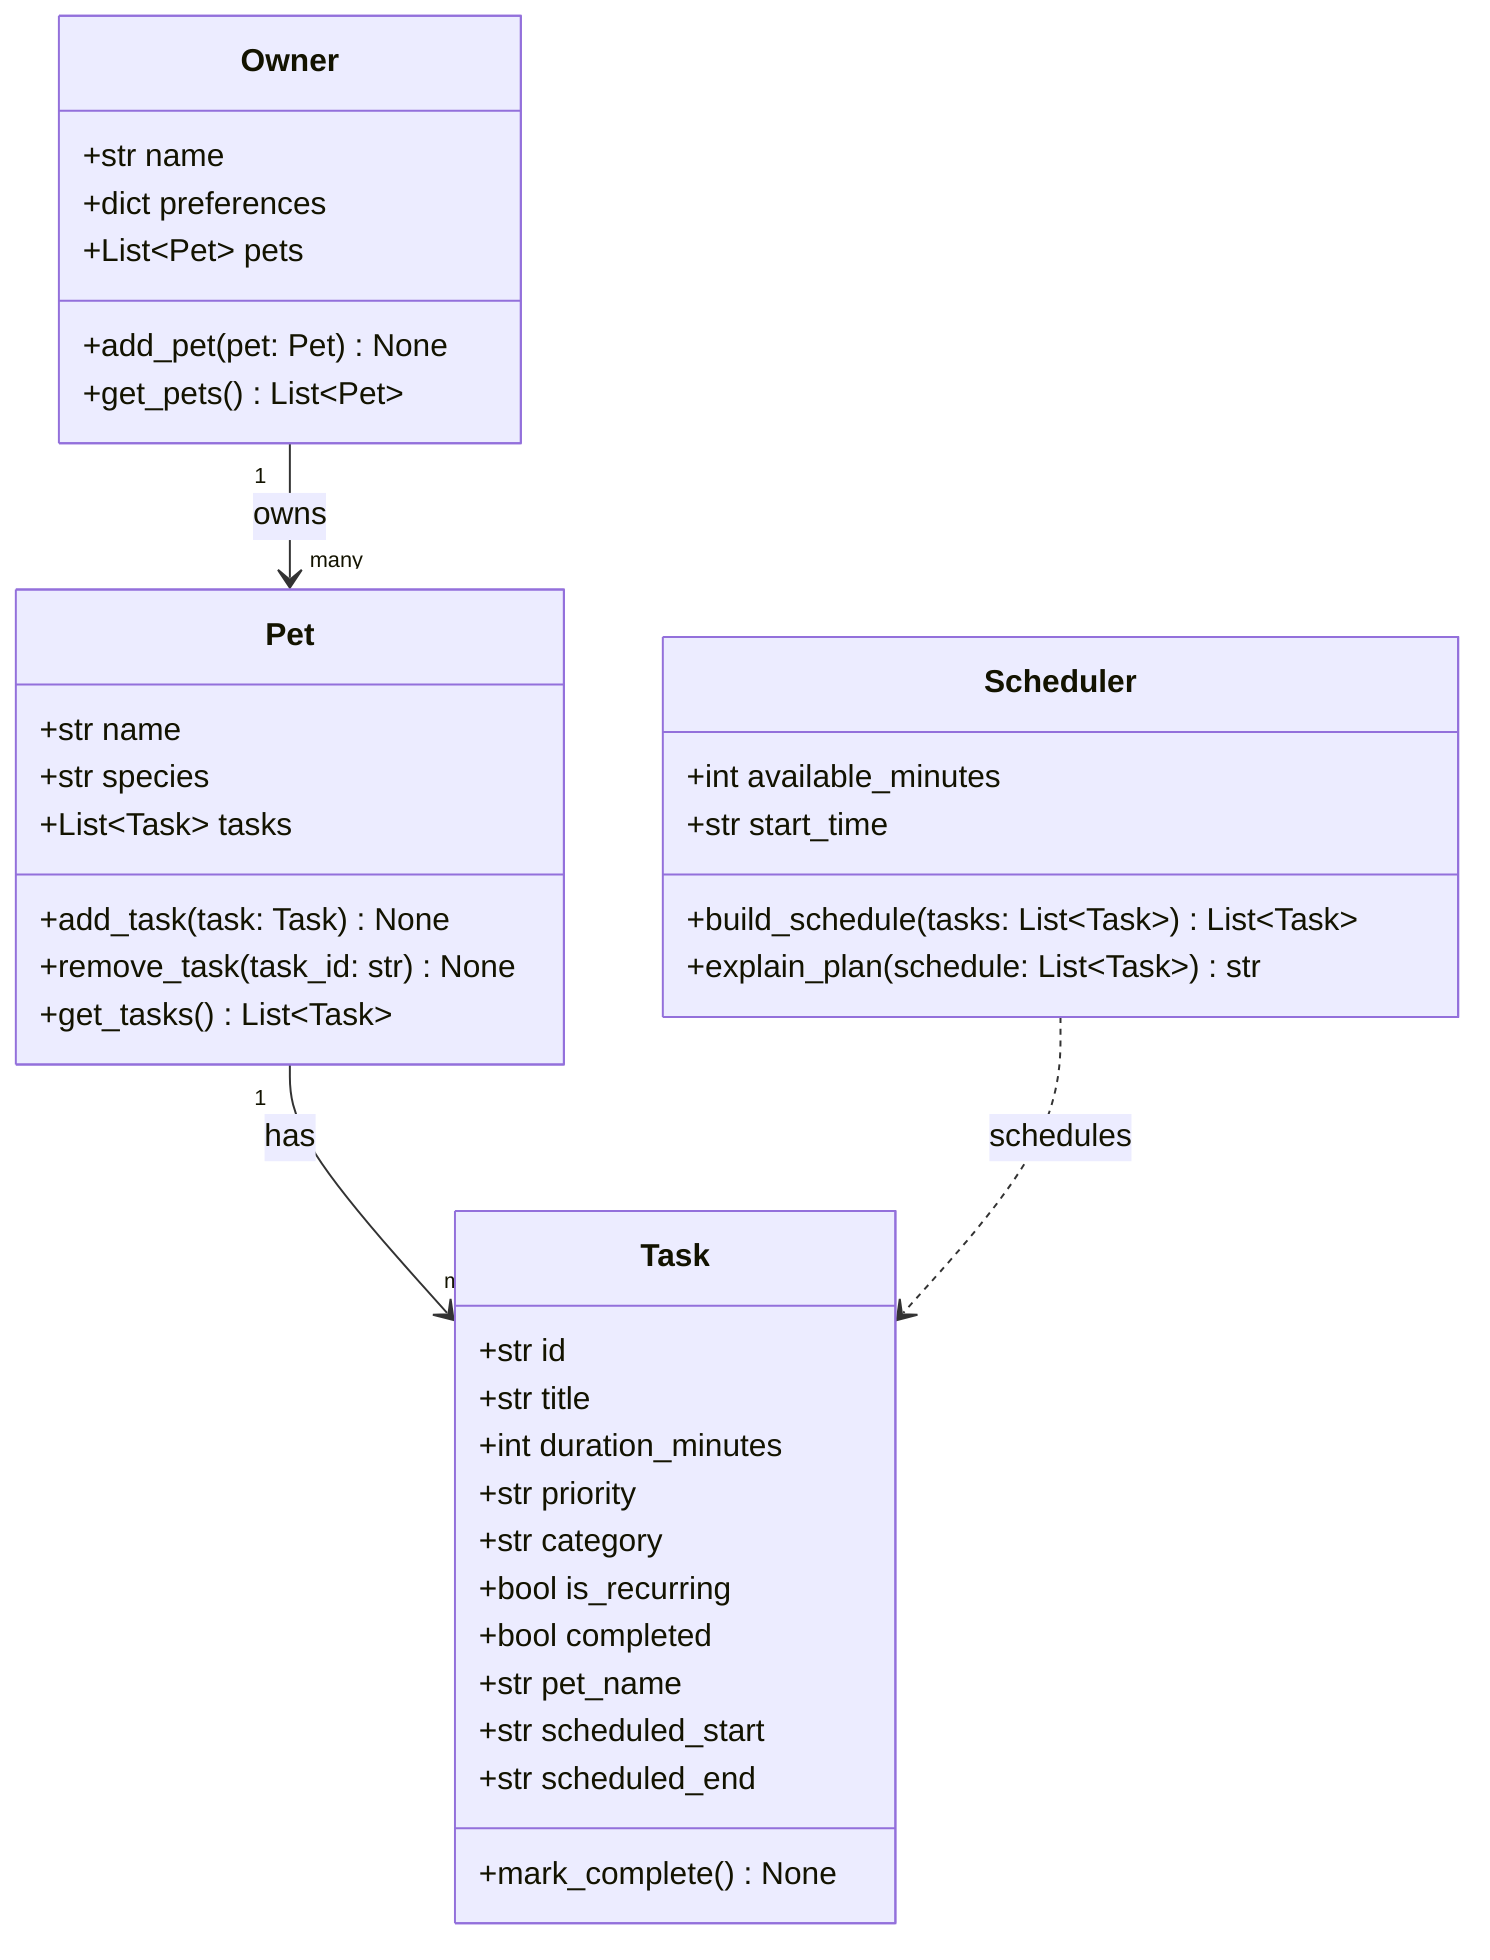
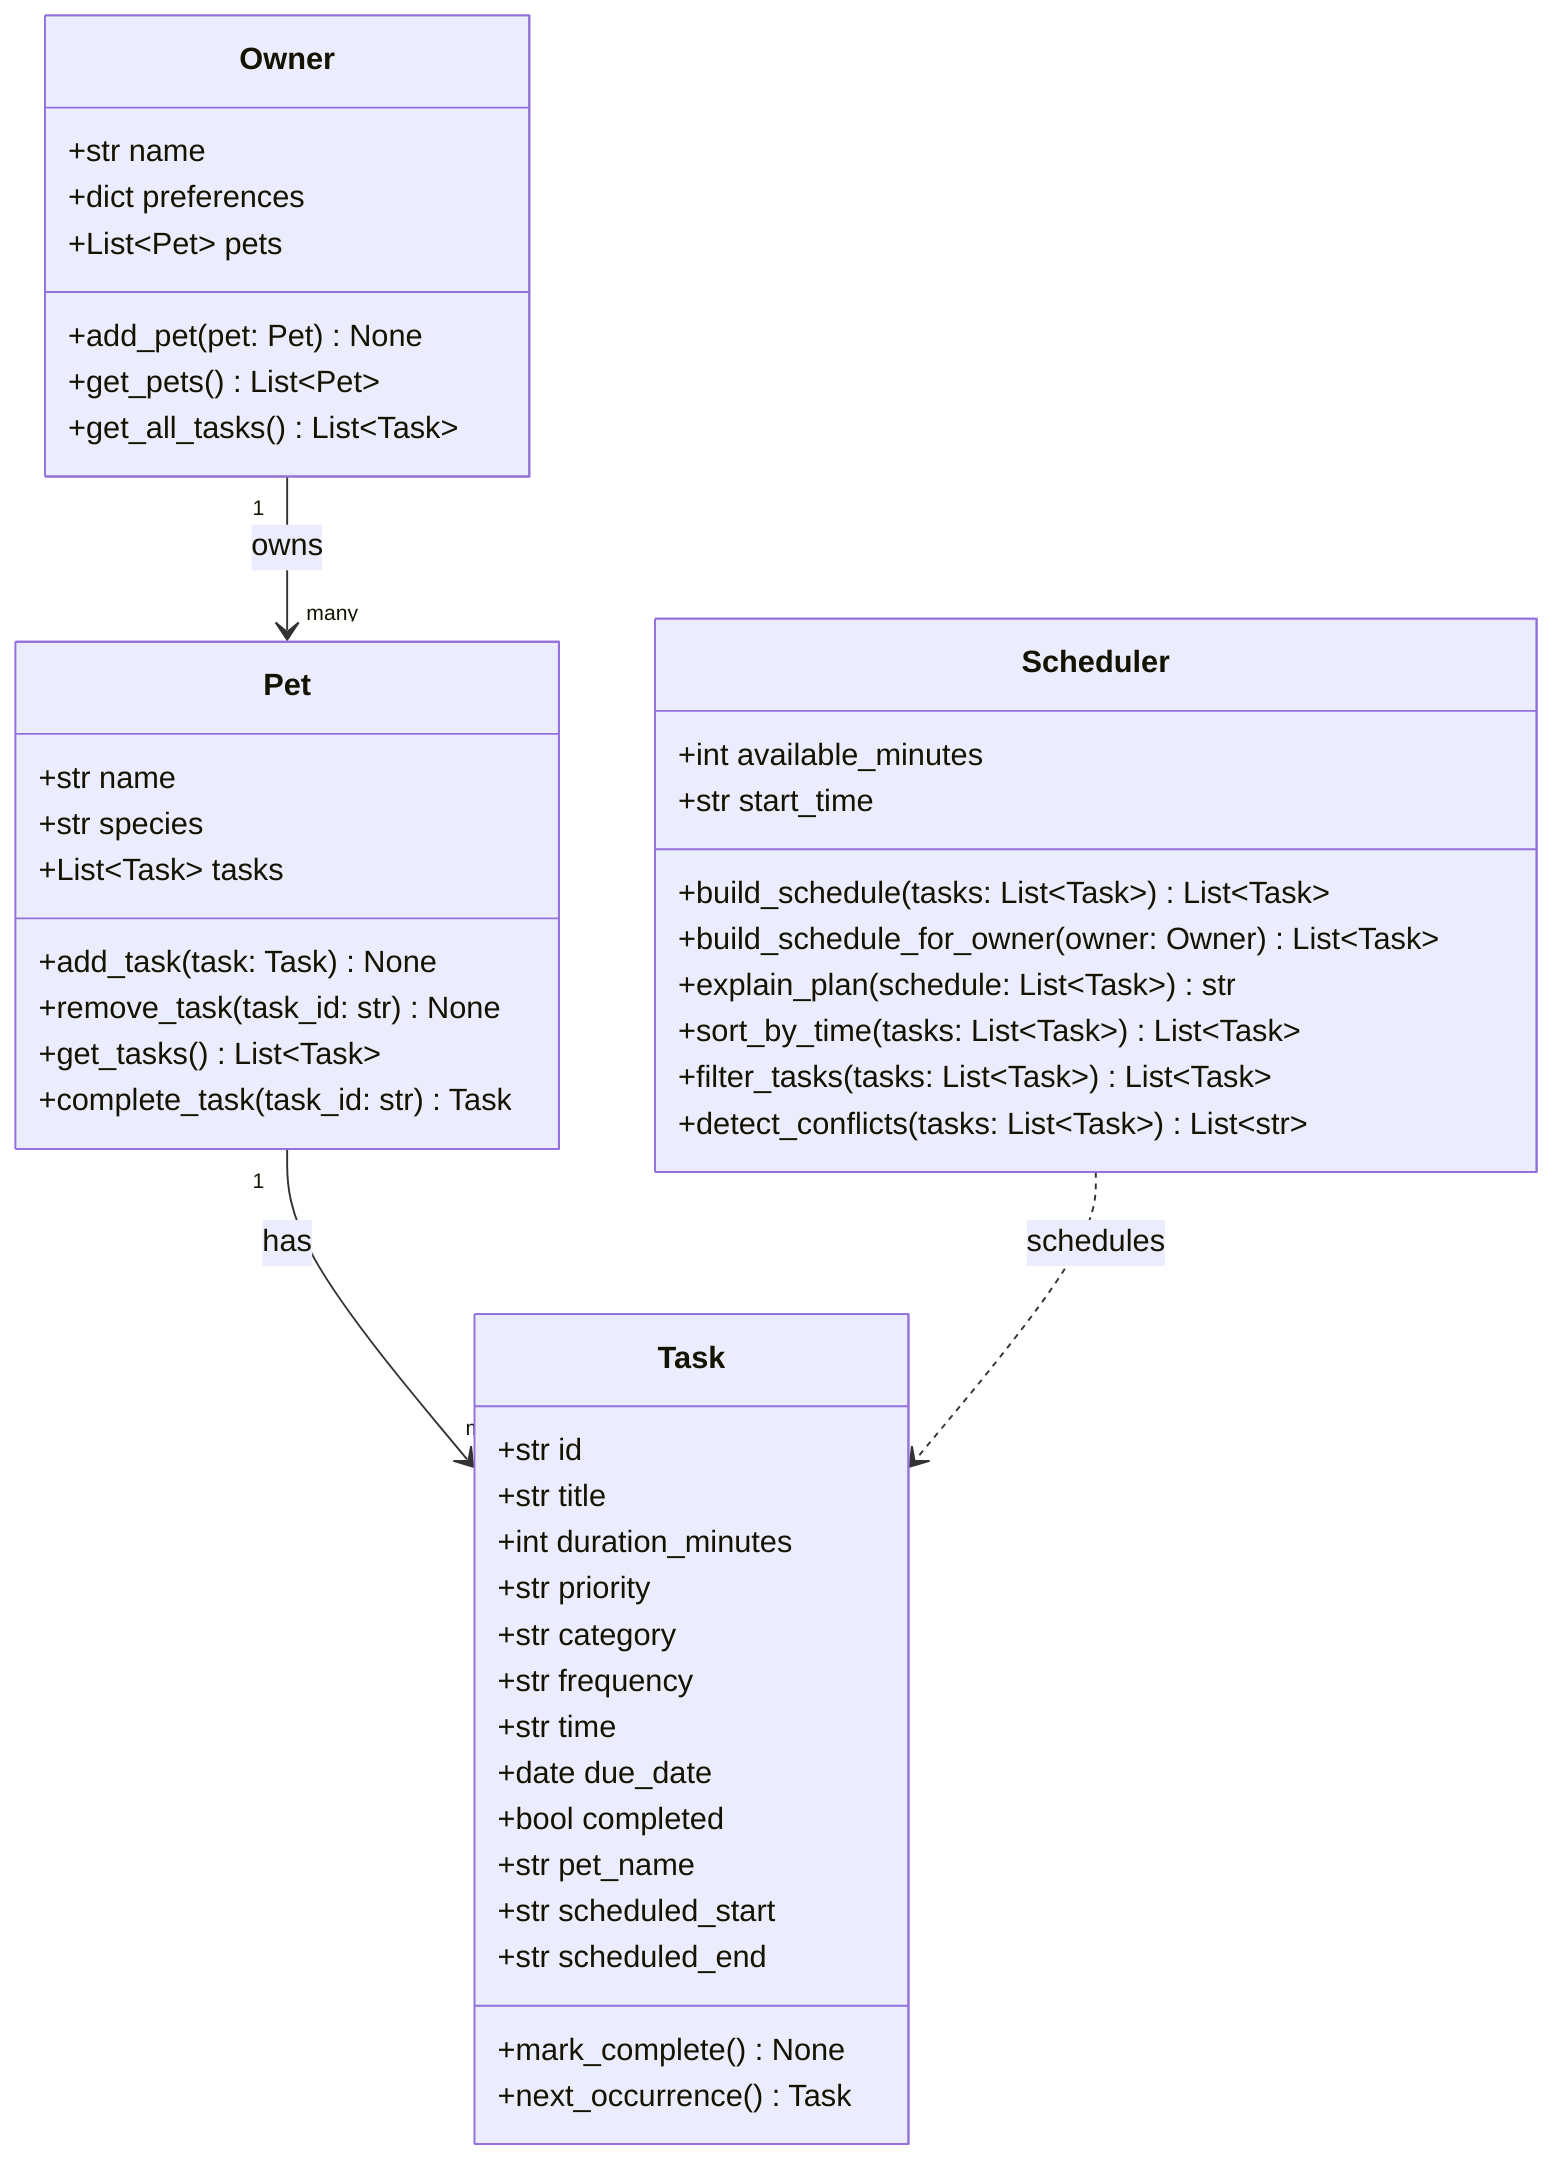
classDiagram
    class Owner {
        +str name
        +dict preferences
        +List~Pet~ pets
        +add_pet(pet: Pet) None
        +get_pets() List~Pet~
+         +get_all_tasks() List~Task~
    }

    class Pet {
        +str name
        +str species
        +List~Task~ tasks
        +add_task(task: Task) None
        +remove_task(task_id: str) None
        +get_tasks() List~Task~
+         +complete_task(task_id: str) Task
    }

    class Task {
        +str id
        +str title
        +int duration_minutes
        +str priority
        +str category
-         +bool is_recurring
+         +str frequency
+         +str time
+         +date due_date
        +bool completed
        +str pet_name
        +str scheduled_start
        +str scheduled_end
        +mark_complete() None
+         +next_occurrence() Task
    }

    class Scheduler {
        +int available_minutes
        +str start_time
        +build_schedule(tasks: List~Task~) List~Task~
+         +build_schedule_for_owner(owner: Owner) List~Task~
        +explain_plan(schedule: List~Task~) str
+         +sort_by_time(tasks: List~Task~) List~Task~
+         +filter_tasks(tasks: List~Task~) List~Task~
+         +detect_conflicts(tasks: List~Task~) List~str~
    }

    Owner "1" --> "many" Pet : owns
    Pet "1" --> "many" Task : has
    Scheduler ..> Task : schedules
